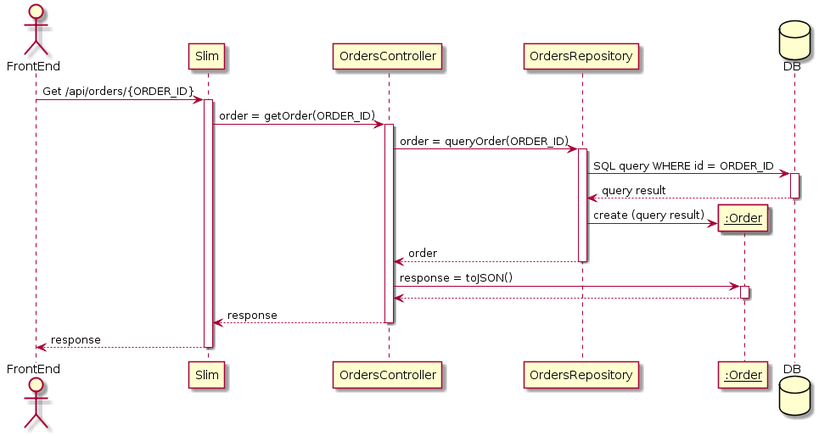
The PlantUML diagram docs/BackEnd/SequenceDiagram/GetOrder.png in malvinkooo/taxiSystem, before a commit.
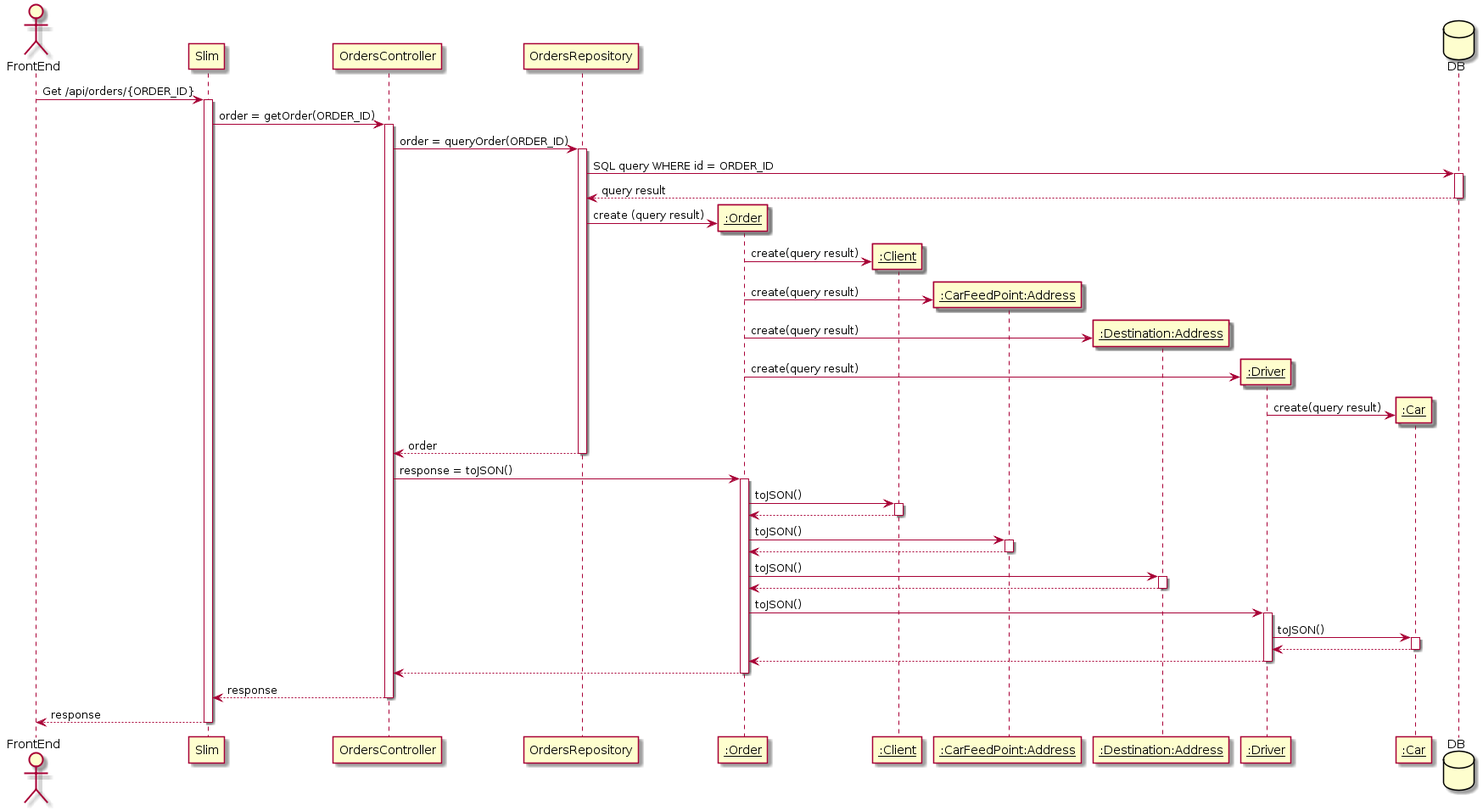
Later version of the same file.

The edit, as a diff of the source:
```diff
@@ -4,6 +4,11 @@
 participant OrdersController
 participant OrdersRepository
 participant "__:Order__" as Order
+participant "__:Client__" as Client
+participant "__:CarFeedPoint:Address__" as CarFeedPoint
+participant "__:Destination:Address__" as Destination
+participant "__:Driver__" as Driver
+participant "__:Car__" as Car
 database DB
 
 FrontEnd -> Slim : Get /api/orders/{ORDER_ID}
@@ -16,14 +21,53 @@
 activate DB
 DB --> OrdersRepository : query result
 deactivate DB
+
 create Order
 OrdersRepository -> Order : create (query result)
+create Client
+Order -> Client : create(query result)
+create CarFeedPoint
+Order -> CarFeedPoint : create(query result)
+create Destination
+Order -> Destination : create(query result)
+create Driver
+Order -> Driver : create(query result)
+create Car
+Driver -> Car : create(query result)
+
 OrdersRepository --> OrdersController: order
 deactivate OrdersRepository
+
 OrdersController -> Order : response = toJSON()
 activate Order
+
+Order -> Client : toJSON()
+activate Client
+Client --> Order
+deactivate Client
+
+Order -> CarFeedPoint : toJSON()
+activate CarFeedPoint
+CarFeedPoint --> Order
+deactivate CarFeedPoint
+
+Order -> Destination : toJSON()
+activate Destination
+Destination --> Order
+deactivate Destination
+
+Order -> Driver : toJSON()
+activate Driver
+Driver -> Car : toJSON()
+activate Car
+Car --> Driver
+deactivate Car
+Driver --> Order
+deactivate Driver
+
 Order --> OrdersController
 deactivate Order
+
 OrdersController --> Slim : response
 deactivate OrdersController
 Slim --> FrontEnd : response
```
